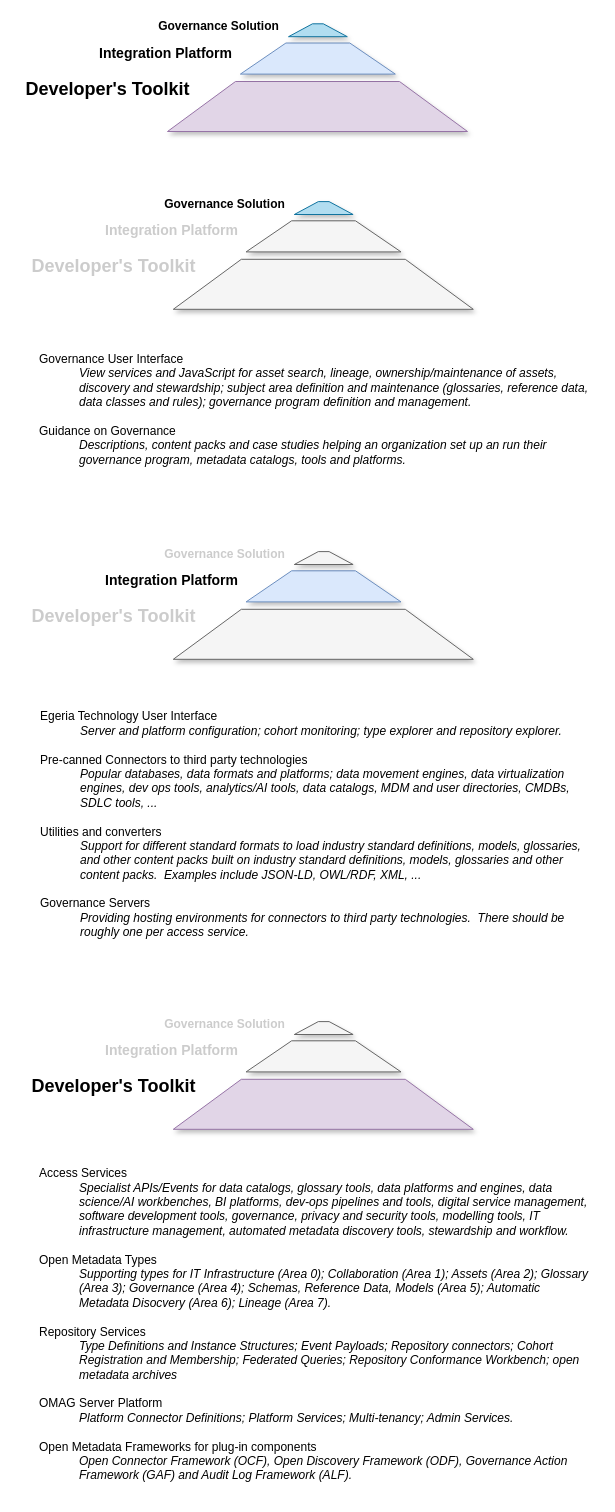
The draw.io diagram page "functional-detail" (2 of 5) of open-metadata-publication/website/roadmap/egeria-status.drawio in planetf1/egeria, before the edit. Source tidied: cells renumbered, new cells numbered last; positions are measured from the earlier drawing's top-left corner, leaving out a move shared by most shapes. Both pictures are drawn from the tidied source at 100%, with x=0, y=0 at pixel (17, 16).
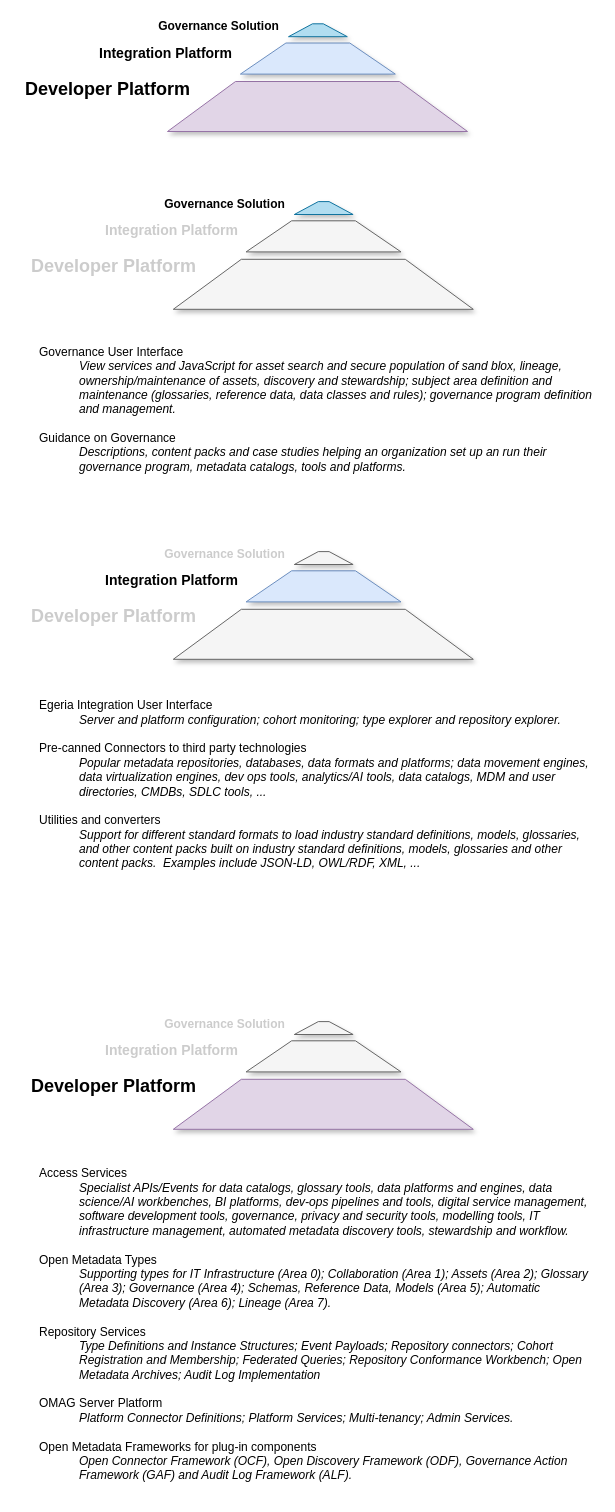
After the change.

Change to the diagram source:
```diff
@@
-    <mxCell id="2" value="Governance User Interface&lt;br&gt;&lt;blockquote style=&quot;margin: 0 0 0 40px ; border: none ; padding: 0px&quot;&gt;&lt;i&gt;View services and JavaScript for asset search, lineage, ownership/maintenance of assets, discovery and stewardship; s&lt;/i&gt;&lt;i&gt;ubject area definition and maintenance (glossaries, reference data, data classes and rules);&amp;nbsp;&lt;/i&gt;&lt;i&gt;governance program definition and management.&lt;/i&gt;&lt;span&gt;&amp;nbsp;&lt;/span&gt;&lt;/blockquote&gt;&lt;br&gt;Guidance on Governance&lt;br&gt;&lt;blockquote style=&quot;margin: 0 0 0 40px ; border: none ; padding: 0px&quot;&gt;&lt;i&gt;Descriptions, content packs and case studies helping an organization set up an run their&lt;/i&gt;&lt;/blockquote&gt;&lt;blockquote style=&quot;margin: 0 0 0 40px ; border: none ; padding: 0px&quot;&gt;&lt;i&gt;governance program, metadata catalogs, tools and platforms.&lt;/i&gt;&amp;nbsp;&lt;/blockquote&gt;" style="text;html=1;strokeColor=none;fillColor=none;align=left;verticalAlign=middle;whiteSpace=wrap;rounded=0;" parent="1" vertex="1">
-      <mxGeometry x="20" y="328" width="560" height="130" as="geometry" />
+    <mxCell id="2" value="Governance User Interface&lt;br&gt;&lt;blockquote style=&quot;margin: 0 0 0 40px ; border: none ; padding: 0px&quot;&gt;&lt;i&gt;View services and JavaScript for asset search and secure population of sand blox, lineage, ownership/maintenance of assets, discovery and stewardship; s&lt;/i&gt;&lt;i&gt;ubject area definition and maintenance (glossaries, reference data, data classes and rules);&amp;nbsp;&lt;/i&gt;&lt;i&gt;governance program definition and management.&lt;/i&gt;&lt;span&gt;&amp;nbsp;&lt;/span&gt;&lt;/blockquote&gt;&lt;br&gt;Guidance on Governance&lt;br&gt;&lt;blockquote style=&quot;margin: 0 0 0 40px ; border: none ; padding: 0px&quot;&gt;&lt;i&gt;Descriptions, content packs and case studies helping an organization set up an run their&lt;/i&gt;&lt;/blockquote&gt;&lt;blockquote style=&quot;margin: 0 0 0 40px ; border: none ; padding: 0px&quot;&gt;&lt;i&gt;governance program, metadata catalogs, tools and platforms.&lt;/i&gt;&amp;nbsp;&lt;/blockquote&gt;" style="text;html=1;strokeColor=none;fillColor=none;align=left;verticalAlign=middle;whiteSpace=wrap;rounded=0;" parent="1" vertex="1">
+      <mxGeometry x="20" y="318" width="560" height="150" as="geometry" />
     </mxCell>
-    <mxCell id="3" value="Egeria Technology User Interface&lt;br&gt;&lt;blockquote style=&quot;margin: 0 0 0 40px ; border: none ; padding: 0px&quot;&gt;&lt;i&gt;Server and platform configuration; cohort monitoring; type explorer and repository explorer.&lt;/i&gt;&lt;/blockquote&gt;&lt;br&gt;Pre-canned Connectors to third party technologies&lt;br&gt;&lt;blockquote style=&quot;margin: 0 0 0 40px ; border: none ; padding: 0px&quot;&gt;&lt;i&gt;Popular databases, data formats and platforms; data movement engines, data virtualization engines, dev ops tools, analytics/AI tools, data catalogs, MDM and user directories, CMDBs, SDLC tools, ...&lt;/i&gt;&lt;/blockquote&gt;&lt;blockquote style=&quot;margin: 0 0 0 40px ; border: none ; padding: 0px&quot;&gt;&lt;br&gt;&lt;/blockquote&gt;Utilities and converters&lt;br&gt;&lt;blockquote style=&quot;margin: 0 0 0 40px ; border: none ; padding: 0px&quot;&gt;&lt;i&gt;Support for different standard formats to load industry standard definitions, models, glossaries,&lt;/i&gt;&lt;/blockquote&gt;&lt;blockquote style=&quot;margin: 0 0 0 40px ; border: none ; padding: 0px&quot;&gt;&lt;i&gt;and other content packs built on industry standard definitions, models, glossaries and other content packs.&amp;nbsp; Examples include JSON-LD, OWL/RDF, XML, ...&lt;/i&gt;&lt;/blockquote&gt;&lt;br&gt;Governance Servers&lt;br&gt;&lt;blockquote style=&quot;margin: 0 0 0 40px ; border: none ; padding: 0px&quot;&gt;&lt;i&gt;Providing hosting environments for connectors to third party technologies.&amp;nbsp; There should be roughly one per access service.&lt;/i&gt;&lt;/blockquote&gt;" style="text;html=1;strokeColor=none;fillColor=none;align=left;verticalAlign=middle;whiteSpace=wrap;rounded=0;" parent="1" vertex="1">
-      <mxGeometry x="21" y="698" width="560" height="220" as="geometry" />
+    <mxCell id="3" value="Egeria Integration User Interface&lt;br&gt;&lt;blockquote style=&quot;margin: 0 0 0 40px ; border: none ; padding: 0px&quot;&gt;&lt;i&gt;Server and platform configuration; cohort monitoring; type explorer and repository explorer.&lt;/i&gt;&lt;/blockquote&gt;&lt;br&gt;Pre-canned Connectors to third party technologies&lt;br&gt;&lt;blockquote style=&quot;margin: 0 0 0 40px ; border: none ; padding: 0px&quot;&gt;&lt;i&gt;Popular metadata repositories, databases, data formats and platforms; data movement engines, data virtualization engines, dev ops tools, analytics/AI tools, data catalogs, MDM and user directories, CMDBs, SDLC tools, ...&lt;/i&gt;&lt;/blockquote&gt;&lt;blockquote style=&quot;margin: 0 0 0 40px ; border: none ; padding: 0px&quot;&gt;&lt;br&gt;&lt;/blockquote&gt;Utilities and converters&lt;br&gt;&lt;blockquote style=&quot;margin: 0 0 0 40px ; border: none ; padding: 0px&quot;&gt;&lt;i&gt;Support for different standard formats to load industry standard definitions, models, glossaries,&lt;/i&gt;&lt;/blockquote&gt;&lt;blockquote style=&quot;margin: 0 0 0 40px ; border: none ; padding: 0px&quot;&gt;&lt;i&gt;and other content packs built on industry standard definitions, models, glossaries and other content packs.&amp;nbsp; Examples include JSON-LD, OWL/RDF, XML, ...&lt;/i&gt;&lt;/blockquote&gt;" style="text;html=1;strokeColor=none;fillColor=none;align=left;verticalAlign=middle;whiteSpace=wrap;rounded=0;" parent="1" vertex="1">
+      <mxGeometry x="20.4" y="668" width="560" height="200" as="geometry" />
     </mxCell>
@@
-    <mxCell id="8" value="Developer's Toolkit" style="text;html=1;align=center;verticalAlign=middle;fontSize=18;fontStyle=1;shadow=0;rounded=1;" parent="1" vertex="1">
+    <mxCell id="8" value="Developer Platform" style="text;html=1;align=center;verticalAlign=middle;fontSize=18;fontStyle=1;shadow=0;rounded=1;" parent="1" vertex="1">
       <mxGeometry y="57.6" width="180" height="30" as="geometry" />
     </mxCell>
@@
-    <mxCell id="10" value="Access Services&lt;br&gt;&lt;blockquote style=&quot;margin: 0 0 0 40px ; border: none ; padding: 0px&quot;&gt;&lt;i&gt;Specialist APIs/Events for data catalogs, glossary tools, data platforms and engines, data science/AI workbenches, BI platforms, dev-ops pipelines and tools, digital service management, software development tools, governance, privacy and security tools, modelling tools, IT infrastructure management, automated metadata discovery tools, stewardship and workflow.&lt;/i&gt;&lt;/blockquote&gt;&lt;br&gt;Open Metadata Types&lt;br&gt;&lt;blockquote style=&quot;margin: 0 0 0 40px ; border: none ; padding: 0px&quot;&gt;&lt;i&gt;Supporting types for IT Infrastructure (Area 0); Collaboration (Area 1); Assets (Area 2); Glossary (Area 3); Governance (Area 4); Schemas, Reference Data, Models (Area 5); Automatic Metadata Disocvery (Area 6); Lineage (Area 7).&lt;/i&gt;&lt;/blockquote&gt;&lt;br&gt;Repository Services&lt;br&gt;&lt;blockquote style=&quot;margin: 0 0 0 40px ; border: none ; padding: 0px&quot;&gt;&lt;span&gt;&lt;i&gt;Type Definitions and Instance Structures; Event Payloads; Repository connectors; Cohort Registration and Membership; Federated Queries; Repository Conformance Workbench; open metadata archives&amp;nbsp;&lt;/i&gt;&lt;/span&gt;&lt;br&gt;&lt;/blockquote&gt;&lt;blockquote style=&quot;margin: 0 0 0 40px ; border: none ; padding: 0px&quot;&gt;&lt;br&gt;&lt;/blockquote&gt;OMAG Server Platform&lt;br&gt;&lt;blockquote style=&quot;margin: 0 0 0 40px ; border: none ; padding: 0px&quot;&gt;&lt;i&gt;Platform Connector Definitions; Platform Services; Multi-tenancy; Admin Services.&lt;/i&gt;&lt;/blockquote&gt;&lt;br&gt;Open Metadata Frameworks for plug-in components&lt;br&gt;&lt;blockquote style=&quot;margin: 0 0 0 40px ; border: none ; padding: 0px&quot;&gt;&lt;i&gt;Open Connector Framework (OCF), Open Discovery Framework (ODF), Governance Action Framework (GAF) and Audit Log Framework (ALF).&lt;/i&gt;&lt;span&gt;&amp;nbsp;&lt;/span&gt;&lt;br&gt;&lt;/blockquote&gt;" style="text;html=1;strokeColor=none;fillColor=none;align=left;verticalAlign=middle;whiteSpace=wrap;rounded=0;" parent="1" vertex="1">
+    <mxCell id="10" value="Access Services&lt;br&gt;&lt;blockquote style=&quot;margin: 0 0 0 40px ; border: none ; padding: 0px&quot;&gt;&lt;i&gt;Specialist APIs/Events for data catalogs, glossary tools, data platforms and engines, data science/AI workbenches, BI platforms, dev-ops pipelines and tools, digital service management, software development tools, governance, privacy and security tools, modelling tools, IT infrastructure management, automated metadata discovery tools, stewardship and workflow.&lt;/i&gt;&lt;/blockquote&gt;&lt;br&gt;Open Metadata Types&lt;br&gt;&lt;blockquote style=&quot;margin: 0 0 0 40px ; border: none ; padding: 0px&quot;&gt;&lt;i&gt;Supporting types for IT Infrastructure (Area 0); Collaboration (Area 1); Assets (Area 2); Glossary (Area 3); Governance (Area 4); Schemas, Reference Data, Models (Area 5); Automatic Metadata Discovery (Area 6); Lineage (Area 7).&lt;/i&gt;&lt;/blockquote&gt;&lt;br&gt;Repository Services&lt;br&gt;&lt;blockquote style=&quot;margin: 0 0 0 40px ; border: none ; padding: 0px&quot;&gt;&lt;span&gt;&lt;i&gt;Type Definitions and Instance Structures; Event Payloads; Repository connectors; Cohort Registration and Membership; Federated Queries; Repository Conformance Workbench; Open Metadata Archives; Audit Log Implementation&lt;/i&gt;&lt;/span&gt;&lt;br&gt;&lt;/blockquote&gt;&lt;blockquote style=&quot;margin: 0 0 0 40px ; border: none ; padding: 0px&quot;&gt;&lt;br&gt;&lt;/blockquote&gt;OMAG Server Platform&lt;br&gt;&lt;blockquote style=&quot;margin: 0 0 0 40px ; border: none ; padding: 0px&quot;&gt;&lt;i&gt;Platform Connector Definitions; Platform Services; Multi-tenancy; Admin Services.&lt;/i&gt;&lt;/blockquote&gt;&lt;br&gt;Open Metadata Frameworks for plug-in components&lt;br&gt;&lt;blockquote style=&quot;margin: 0 0 0 40px ; border: none ; padding: 0px&quot;&gt;&lt;i&gt;Open Connector Framework (OCF), Open Discovery Framework (ODF), Governance Action Framework (GAF) and Audit Log Framework (ALF).&lt;/i&gt;&lt;span&gt;&amp;nbsp;&lt;/span&gt;&lt;br&gt;&lt;/blockquote&gt;" style="text;html=1;strokeColor=none;fillColor=none;align=left;verticalAlign=middle;whiteSpace=wrap;rounded=0;" parent="1" vertex="1">
       <mxGeometry x="20" y="1138" width="555" height="340" as="geometry" />
     </mxCell>
@@
-    <mxCell id="15" value="Developer's Toolkit" style="text;html=1;align=center;verticalAlign=middle;fontSize=18;fontStyle=1;shadow=0;rounded=1;fontColor=#CCCCCC;" parent="1" vertex="1">
+    <mxCell id="15" value="Developer Platform" style="text;html=1;align=center;verticalAlign=middle;fontSize=18;fontStyle=1;shadow=0;rounded=1;fontColor=#CCCCCC;" parent="1" vertex="1">
       <mxGeometry x="5.7" y="235.4" width="180" height="30" as="geometry" />
     </mxCell>
@@
-    <mxCell id="21" value="Developer's Toolkit" style="text;html=1;align=center;verticalAlign=middle;fontSize=18;fontStyle=1;shadow=0;rounded=1;fontColor=#CCCCCC;" parent="1" vertex="1">
+    <mxCell id="21" value="Developer Platform" style="text;html=1;align=center;verticalAlign=middle;fontSize=18;fontStyle=1;shadow=0;rounded=1;fontColor=#CCCCCC;" parent="1" vertex="1">
       <mxGeometry x="5.7" y="585.4" width="180" height="30" as="geometry" />
     </mxCell>
@@
-    <mxCell id="27" value="Developer's Toolkit" style="text;html=1;align=center;verticalAlign=middle;fontSize=18;fontStyle=1;shadow=0;rounded=1;" parent="1" vertex="1">
+    <mxCell id="27" value="Developer Platform" style="text;html=1;align=center;verticalAlign=middle;fontSize=18;fontStyle=1;shadow=0;rounded=1;" parent="1" vertex="1">
       <mxGeometry x="5.7" y="1055.4" width="180" height="30" as="geometry" />
     </mxCell>
```
